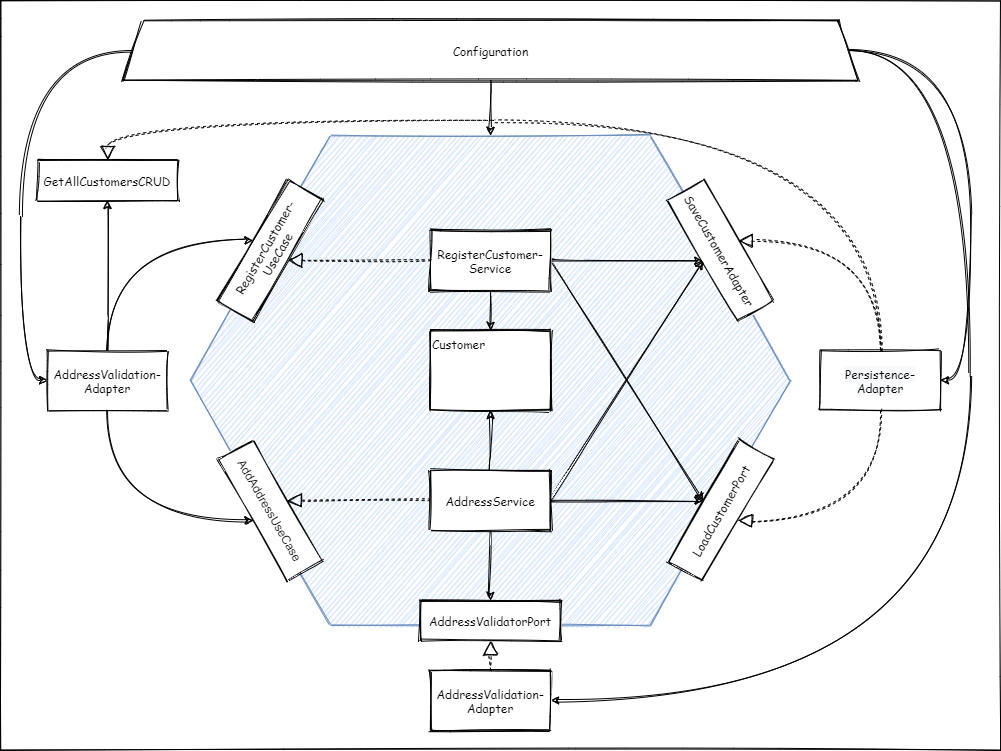
Before: documentation/dependencies.png, a diagram exported from draw.io (pstrsr/hexagonal-example). Source tidied: cells renumbered, new cells last; positions are measured from the earlier drawing's top-left corner, leaving out a move shared by most shapes.
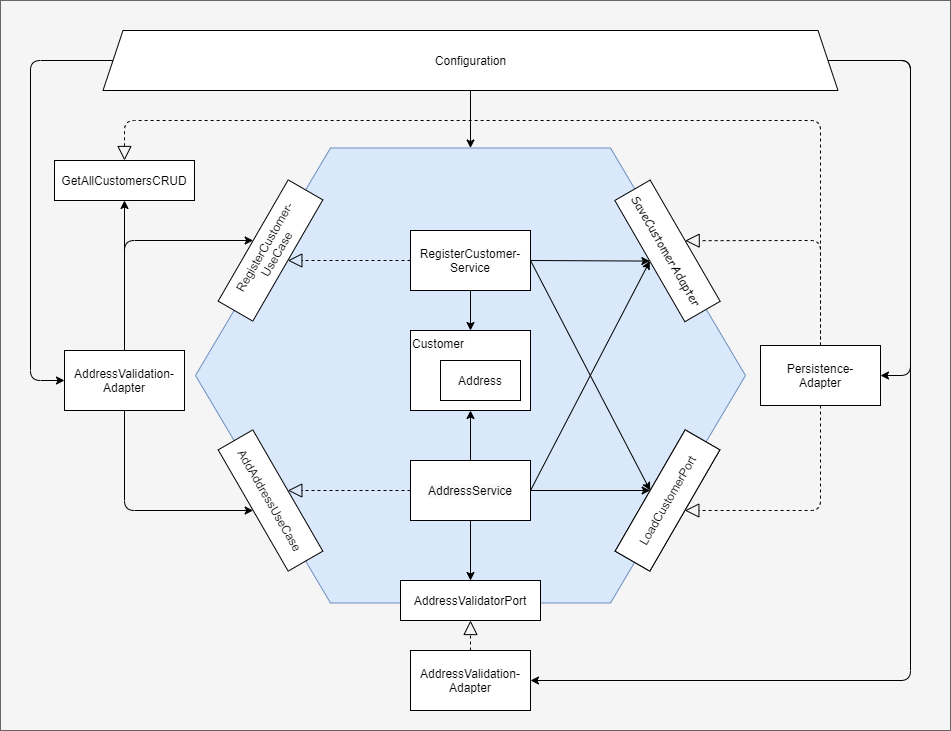
After the change.

Change to the diagram source:
```diff
@@ -2,179 +2,167 @@
   <root>
     <mxCell id="0" />
     <mxCell id="1" parent="0" />
-    <mxCell id="2" style="whiteSpace=wrap;html=1;fontFamily=Comic Sans MS;sketch=1;" parent="1" vertex="1">
-      <mxGeometry width="1000" height="750" as="geometry" />
+    <mxCell id="2" style="whiteSpace=wrap;html=1;fontFamily=Comic Sans MS;fillColor=#f5f5f5;strokeColor=#666666;fontColor=#333333;" parent="1" vertex="1">
+      <mxGeometry x="20" width="950" height="730" as="geometry" />
     </mxCell>
-    <mxCell id="3" style="shape=hexagon;perimeter=hexagonPerimeter2;whiteSpace=wrap;html=1;fixedSize=1;size=140;fillColor=#dae8fc;strokeColor=#6c8ebf;sketch=1;" parent="1" vertex="1">
-      <mxGeometry x="190" y="135" width="600" height="490" as="geometry" />
+    <mxCell id="3" style="shape=hexagon;perimeter=hexagonPerimeter2;whiteSpace=wrap;html=1;fixedSize=1;size=135;fillColor=#dae8fc;strokeColor=#6c8ebf;" parent="1" vertex="1">
+      <mxGeometry x="215" y="147.5" width="550" height="455" as="geometry" />
     </mxCell>
-    <mxCell id="4" value="Customer" style="whiteSpace=wrap;html=1;align=left;verticalAlign=top;sketch=1;" parent="1" vertex="1">
+    <mxCell id="4" value="Customer" style="whiteSpace=wrap;html=1;align=left;verticalAlign=top;" parent="1" vertex="1">
       <mxGeometry x="430" y="330" width="120" height="80" as="geometry" />
     </mxCell>
-    <mxCell id="5" value="RegisterCustomer-&lt;br&gt;UseCase" style="whiteSpace=wrap;html=1;rotation=-60;sketch=1;" parent="1" vertex="1">
-      <mxGeometry x="200" y="230" width="140" height="40" as="geometry" />
+    <mxCell id="5" value="RegisterCustomer-&lt;br&gt;UseCase" style="whiteSpace=wrap;html=1;rotation=-60;fontFamily=Helvetica;" parent="1" vertex="1">
+      <mxGeometry x="220" y="230" width="140" height="40" as="geometry" />
     </mxCell>
-    <mxCell id="6" value="AddAddressUseCase" style="whiteSpace=wrap;html=1;rotation=60;sketch=1;" parent="1" vertex="1">
-      <mxGeometry x="200" y="490" width="140" height="40" as="geometry" />
+    <mxCell id="6" value="AddAddressUseCase" style="whiteSpace=wrap;html=1;rotation=60;fontFamily=Helvetica;" parent="1" vertex="1">
+      <mxGeometry x="220" y="480" width="140" height="40" as="geometry" />
     </mxCell>
-    <mxCell id="7" value="SaveCustomerAdapter" style="whiteSpace=wrap;html=1;rotation=60;fontFamily=Comic Sans MS;sketch=1;" parent="1" vertex="1">
-      <mxGeometry x="650" y="230" width="140" height="40.8" as="geometry" />
+    <mxCell id="7" value="SaveCustomerAdapter" style="whiteSpace=wrap;html=1;rotation=60;fontFamily=Comic Sans MS;" parent="1" vertex="1">
+      <mxGeometry x="617" y="230" width="140" height="40.8" as="geometry" />
     </mxCell>
-    <mxCell id="8" value="LoadCustomerPort" style="whiteSpace=wrap;html=1;rotation=-60;fontFamily=Comic Sans MS;sketch=1;" parent="1" vertex="1">
-      <mxGeometry x="650" y="490" width="140" height="40" as="geometry" />
+    <mxCell id="8" value="LoadCustomerPort" style="whiteSpace=wrap;html=1;rotation=-60;fontFamily=Comic Sans MS;" parent="1" vertex="1">
+      <mxGeometry x="617" y="480" width="140" height="40" as="geometry" />
     </mxCell>
-    <mxCell id="9" value="AddressValidatorPort" style="whiteSpace=wrap;html=1;rotation=0;sketch=1;" parent="1" vertex="1">
-      <mxGeometry x="420" y="600" width="140" height="40" as="geometry" />
+    <mxCell id="9" value="AddressValidatorPort" style="whiteSpace=wrap;html=1;rotation=0;fontFamily=Helvetica;" parent="1" vertex="1">
+      <mxGeometry x="420" y="580" width="140" height="40" as="geometry" />
     </mxCell>
-    <mxCell id="10" style="endArrow=classic;html=1;exitX=0.5;exitY=0;exitDx=0;exitDy=0;entryX=0.5;entryY=0;entryDx=0;entryDy=0;curved=1;sketch=1;" parent="1" edge="1" source="29" target="5">
+    <mxCell id="10" style="endArrow=classic;html=1;exitX=0.5;exitY=0;exitDx=0;exitDy=0;entryX=0.5;entryY=0;entryDx=0;entryDy=0;" parent="1" edge="1" source="29" target="5">
       <mxGeometry relative="1" as="geometry">
         <Array as="points">
-          <mxPoint x="107" y="240" />
+          <mxPoint x="144" y="240" />
         </Array>
       </mxGeometry>
     </mxCell>
-    <mxCell id="11" style="endArrow=classic;html=1;exitX=0.5;exitY=1;exitDx=0;exitDy=0;entryX=0.5;entryY=1;entryDx=0;entryDy=0;curved=1;sketch=1;" parent="1" edge="1" source="29" target="6">
+    <mxCell id="11" style="endArrow=classic;html=1;exitX=0.5;exitY=1;exitDx=0;exitDy=0;entryX=0.5;entryY=1;entryDx=0;entryDy=0;" parent="1" edge="1" source="29" target="6">
       <mxGeometry relative="1" as="geometry">
         <Array as="points">
-          <mxPoint x="107" y="520" />
+          <mxPoint x="144" y="510" />
         </Array>
       </mxGeometry>
     </mxCell>
-    <mxCell id="12" value="GetAllCustomersCRUD" style="whiteSpace=wrap;html=1;rotation=0;sketch=1;" parent="1" vertex="1">
-      <mxGeometry x="37.1" y="160" width="140" height="40" as="geometry" />
+    <mxCell id="12" value="GetAllCustomersCRUD" style="whiteSpace=wrap;html=1;rotation=0;fontFamily=Helvetica;" parent="1" vertex="1">
+      <mxGeometry x="74" y="160" width="140" height="40" as="geometry" />
     </mxCell>
-    <mxCell id="13" value="Address" style="whiteSpace=wrap;html=1;sketch=1;" parent="1" vertex="1">
+    <mxCell id="13" value="Address" style="whiteSpace=wrap;html=1;" parent="1" vertex="1">
       <mxGeometry x="460" y="360" width="90" height="40" as="geometry" />
     </mxCell>
-    <mxCell id="14" style="endArrow=classic;html=1;exitX=1;exitY=0.5;exitDx=0;exitDy=0;entryX=0.5;entryY=1;entryDx=0;entryDy=0;curved=1;sketch=1;" parent="1" edge="1" source="30" target="7">
+    <mxCell id="14" style="endArrow=classic;html=1;exitX=1;exitY=0.5;exitDx=0;exitDy=0;entryX=0.5;entryY=1;entryDx=0;entryDy=0;" parent="1" edge="1" source="30" target="7">
       <mxGeometry relative="1" as="geometry" />
     </mxCell>
-    <mxCell id="15" style="endArrow=classic;html=1;exitX=1;exitY=0.5;exitDx=0;exitDy=0;entryX=0.5;entryY=0;entryDx=0;entryDy=0;curved=1;sketch=1;" parent="1" edge="1" source="30" target="8">
+    <mxCell id="15" style="endArrow=classic;html=1;exitX=1;exitY=0.5;exitDx=0;exitDy=0;entryX=0.5;entryY=0;entryDx=0;entryDy=0;" parent="1" edge="1" source="30" target="8">
       <mxGeometry relative="1" as="geometry" />
     </mxCell>
-    <mxCell id="16" style="endArrow=classic;html=1;exitX=1;exitY=0.5;exitDx=0;exitDy=0;entryX=0.5;entryY=0;entryDx=0;entryDy=0;curved=1;sketch=1;" parent="1" edge="1" source="31" target="8">
+    <mxCell id="16" style="endArrow=classic;html=1;exitX=1;exitY=0.5;exitDx=0;exitDy=0;entryX=0.5;entryY=0;entryDx=0;entryDy=0;" parent="1" edge="1" source="31" target="8">
       <mxGeometry relative="1" as="geometry" />
     </mxCell>
-    <mxCell id="17" style="endArrow=classic;html=1;entryX=0.5;entryY=1;entryDx=0;entryDy=0;exitX=1;exitY=0.5;exitDx=0;exitDy=0;curved=1;sketch=1;" parent="1" edge="1" source="31" target="7">
+    <mxCell id="17" style="endArrow=classic;html=1;entryX=0.5;entryY=1;entryDx=0;entryDy=0;exitX=1;exitY=0.5;exitDx=0;exitDy=0;" parent="1" edge="1" source="31" target="7">
       <mxGeometry relative="1" as="geometry" />
     </mxCell>
-    <mxCell id="18" style="endArrow=classic;html=1;exitX=0.5;exitY=1;exitDx=0;exitDy=0;entryX=0.5;entryY=0;entryDx=0;entryDy=0;curved=1;sketch=1;" parent="1" edge="1" source="31" target="9">
+    <mxCell id="18" style="endArrow=classic;html=1;exitX=0.5;exitY=1;exitDx=0;exitDy=0;entryX=0.5;entryY=0;entryDx=0;entryDy=0;" parent="1" edge="1" source="31" target="9">
       <mxGeometry relative="1" as="geometry" />
     </mxCell>
-    <mxCell id="19" style="endArrow=classic;html=1;exitX=0.5;exitY=1;exitDx=0;exitDy=0;entryX=0.5;entryY=0;entryDx=0;entryDy=0;curved=1;sketch=1;" parent="1" edge="1" source="30" target="4">
+    <mxCell id="19" style="endArrow=classic;html=1;exitX=0.5;exitY=1;exitDx=0;exitDy=0;entryX=0.5;entryY=0;entryDx=0;entryDy=0;" parent="1" edge="1" source="30" target="4">
       <mxGeometry relative="1" as="geometry" />
     </mxCell>
-    <mxCell id="20" style="endArrow=classic;html=1;exitX=0.5;exitY=0;exitDx=0;exitDy=0;entryX=0.5;entryY=1;entryDx=0;entryDy=0;curved=1;sketch=1;" parent="1" edge="1" source="31" target="4">
+    <mxCell id="20" style="endArrow=classic;html=1;exitX=0.5;exitY=0;exitDx=0;exitDy=0;entryX=0.5;entryY=1;entryDx=0;entryDy=0;" parent="1" edge="1" source="31" target="4">
       <mxGeometry relative="1" as="geometry" />
     </mxCell>
-    <mxCell id="21" style="endArrow=classic;html=1;exitX=0.5;exitY=0;exitDx=0;exitDy=0;curved=1;sketch=1;" parent="1" edge="1" source="29" target="12">
+    <mxCell id="21" style="endArrow=classic;html=1;exitX=0.5;exitY=0;exitDx=0;exitDy=0;" parent="1" edge="1" source="29" target="12">
       <mxGeometry relative="1" as="geometry" />
     </mxCell>
-    <mxCell id="22" value="Configuration" style="shape=trapezoid;perimeter=trapezoidPerimeter;whiteSpace=wrap;html=1;fixedSize=1;align=center;sketch=1;" parent="1" vertex="1">
-      <mxGeometry x="122.5" y="20" width="735" height="60" as="geometry" />
+    <mxCell id="22" value="Configuration" style="shape=trapezoid;perimeter=trapezoidPerimeter;whiteSpace=wrap;html=1;fixedSize=1;align=center;fontFamily=Helvetica;" parent="1" vertex="1">
+      <mxGeometry x="122.5" y="30" width="735" height="60" as="geometry" />
     </mxCell>
-    <mxCell id="23" style="endArrow=classic;html=1;exitX=0;exitY=0.5;exitDx=0;exitDy=0;entryX=0;entryY=0.5;entryDx=0;entryDy=0;curved=1;sketch=1;" parent="1" edge="1" source="22" target="29">
+    <mxCell id="23" style="endArrow=classic;html=1;exitX=0;exitY=0.5;exitDx=0;exitDy=0;entryX=0;entryY=0.5;entryDx=0;entryDy=0;" parent="1" edge="1" source="22" target="29">
       <mxGeometry relative="1" as="geometry">
         <Array as="points">
-          <mxPoint x="20" y="50" />
-          <mxPoint x="20" y="380" />
+          <mxPoint x="50" y="60" />
+          <mxPoint x="50" y="380" />
         </Array>
       </mxGeometry>
     </mxCell>
-    <mxCell id="24" style="endArrow=classic;html=1;exitX=1;exitY=0.5;exitDx=0;exitDy=0;entryX=1;entryY=0.5;entryDx=0;entryDy=0;curved=1;sketch=1;" parent="1" edge="1" source="22" target="28">
+    <mxCell id="24" style="endArrow=classic;html=1;exitX=1;exitY=0.5;exitDx=0;exitDy=0;entryX=1;entryY=0.5;entryDx=0;entryDy=0;" parent="1" edge="1" source="22" target="28">
       <mxGeometry relative="1" as="geometry">
         <Array as="points">
-          <mxPoint x="970" y="50" />
-          <mxPoint x="970" y="380" />
+          <mxPoint x="930" y="60" />
+          <mxPoint x="930" y="375" />
         </Array>
       </mxGeometry>
     </mxCell>
-    <mxCell id="25" style="endArrow=classic;html=1;exitX=1;exitY=0.5;exitDx=0;exitDy=0;entryX=1;entryY=0.5;entryDx=0;entryDy=0;curved=1;sketch=1;" parent="1" edge="1" source="22" target="27">
+    <mxCell id="25" style="endArrow=classic;html=1;exitX=1;exitY=0.5;exitDx=0;exitDy=0;entryX=1;entryY=0.5;entryDx=0;entryDy=0;" parent="1" edge="1" source="22" target="27">
       <mxGeometry relative="1" as="geometry">
         <Array as="points">
-          <mxPoint x="970" y="50" />
-          <mxPoint x="970" y="700" />
+          <mxPoint x="930" y="60" />
+          <mxPoint x="930" y="680" />
         </Array>
       </mxGeometry>
     </mxCell>
-    <mxCell id="26" style="endArrow=classic;html=1;exitX=0.5;exitY=1;exitDx=0;exitDy=0;entryX=0.5;entryY=0;entryDx=0;entryDy=0;curved=1;sketch=1;" parent="1" edge="1" source="22" target="3">
+    <mxCell id="26" style="endArrow=classic;html=1;exitX=0.5;exitY=1;exitDx=0;exitDy=0;entryX=0.5;entryY=0;entryDx=0;entryDy=0;" parent="1" edge="1" source="22" target="3">
       <mxGeometry relative="1" as="geometry" />
     </mxCell>
-    <mxCell id="27" value="&lt;span&gt;AddressValidation-&lt;/span&gt;&lt;br&gt;&lt;span&gt;Adapter&lt;/span&gt;" style="whiteSpace=wrap;html=1;sketch=1;" parent="1" vertex="1">
-      <mxGeometry x="430" y="670" width="120" height="60" as="geometry" />
+    <mxCell id="27" value="&lt;span&gt;AddressValidation-&lt;/span&gt;&lt;br&gt;&lt;span&gt;Adapter&lt;/span&gt;" style="whiteSpace=wrap;html=1;fontFamily=Helvetica;" parent="1" vertex="1">
+      <mxGeometry x="430" y="650" width="120" height="60" as="geometry" />
     </mxCell>
-    <mxCell id="28" value="&#10;&#10;&lt;span style=&quot;color: rgb(0, 0, 0); font-size: 12px; font-style: normal; font-weight: 400; letter-spacing: normal; text-align: center; text-indent: 0px; text-transform: none; word-spacing: 0px; background-color: rgb(248, 249, 250); display: inline; float: none;&quot;&gt;Persistence-&lt;/span&gt;&lt;br style=&quot;color: rgb(0, 0, 0); font-size: 12px; font-style: normal; font-weight: 400; letter-spacing: normal; text-align: center; text-indent: 0px; text-transform: none; word-spacing: 0px; background-color: rgb(248, 249, 250);&quot;&gt;&lt;span style=&quot;color: rgb(0, 0, 0); font-size: 12px; font-style: normal; font-weight: 400; letter-spacing: normal; text-align: center; text-indent: 0px; text-transform: none; word-spacing: 0px; background-color: rgb(248, 249, 250); display: inline; float: none;&quot;&gt;Adapter&lt;/span&gt;&#10;&#10;" style="whiteSpace=wrap;html=1;fontFamily=Comic Sans MS;sketch=1;" parent="1" vertex="1">
-      <mxGeometry x="820" y="350" width="120" height="60" as="geometry" />
+    <mxCell id="28" value="Persistence-&lt;br&gt;Adapter" style="whiteSpace=wrap;html=1;fontFamily=Comic Sans MS;" parent="1" vertex="1">
+      <mxGeometry x="780" y="345" width="120" height="60" as="geometry" />
     </mxCell>
-    <mxCell id="29" value="&lt;span&gt;AddressValidation-&lt;/span&gt;&lt;br&gt;&lt;span&gt;Adapter&lt;/span&gt;" style="whiteSpace=wrap;html=1;fontFamily=Comic Sans MS;sketch=1;" parent="1" vertex="1">
-      <mxGeometry x="47.1" y="350" width="120" height="60" as="geometry" />
+    <mxCell id="29" value="&lt;span&gt;AddressValidation-&lt;/span&gt;&lt;br&gt;&lt;span&gt;Adapter&lt;/span&gt;" style="whiteSpace=wrap;html=1;fontFamily=Helvetica;" parent="1" vertex="1">
+      <mxGeometry x="84" y="350" width="120" height="60" as="geometry" />
     </mxCell>
-    <mxCell id="30" value="RegisterCustomer-&lt;br&gt;Service" style="whiteSpace=wrap;html=1;sketch=1;" parent="1" vertex="1">
+    <mxCell id="30" value="RegisterCustomer-&lt;br&gt;Service" style="whiteSpace=wrap;html=1;" parent="1" vertex="1">
       <mxGeometry x="430" y="230" width="120" height="60" as="geometry" />
     </mxCell>
-    <mxCell id="31" value="&#10;&#10;&lt;span style=&quot;color: rgb(0, 0, 0); font-family: helvetica; font-size: 12px; font-style: normal; font-weight: 400; letter-spacing: normal; text-align: center; text-indent: 0px; text-transform: none; word-spacing: 0px; background-color: rgb(248, 249, 250); display: inline; float: none;&quot;&gt;AddressService&lt;/span&gt;&#10;&#10;" style="whiteSpace=wrap;html=1;sketch=1;" parent="1" vertex="1">
-      <mxGeometry x="430" y="470" width="120" height="60" as="geometry" />
+    <mxCell id="31" value="&#10;&#10;&lt;span style=&quot;color: rgb(0, 0, 0); font-family: helvetica; font-size: 12px; font-style: normal; font-weight: 400; letter-spacing: normal; text-align: center; text-indent: 0px; text-transform: none; word-spacing: 0px; background-color: rgb(248, 249, 250); display: inline; float: none;&quot;&gt;AddressService&lt;/span&gt;&#10;&#10;" style="whiteSpace=wrap;html=1;" parent="1" vertex="1">
+      <mxGeometry x="430" y="460" width="120" height="60" as="geometry" />
     </mxCell>
-    <mxCell id="32" style="endArrow=block;dashed=1;endFill=0;endSize=12;html=1;exitX=0;exitY=0.5;exitDx=0;exitDy=0;entryX=0.5;entryY=0;entryDx=0;entryDy=0;curved=1;sketch=1;" parent="1" edge="1" source="31" target="6">
+    <mxCell id="32" style="endArrow=block;dashed=1;endFill=0;endSize=12;html=1;exitX=0;exitY=0.5;exitDx=0;exitDy=0;entryX=0.5;entryY=0;entryDx=0;entryDy=0;" parent="1" edge="1" source="31" target="6">
       <mxGeometry relative="1" as="geometry" />
     </mxCell>
-    <mxCell id="33" style="endArrow=block;dashed=1;endFill=0;endSize=12;html=1;exitX=0;exitY=0.5;exitDx=0;exitDy=0;entryX=0.5;entryY=1;entryDx=0;entryDy=0;curved=1;sketch=1;" parent="1" edge="1" source="30" target="5">
+    <mxCell id="33" style="endArrow=block;dashed=1;endFill=0;endSize=12;html=1;exitX=0;exitY=0.5;exitDx=0;exitDy=0;entryX=0.5;entryY=1;entryDx=0;entryDy=0;" parent="1" edge="1" source="30" target="5">
       <mxGeometry relative="1" as="geometry" />
     </mxCell>
-    <mxCell id="34" style="endArrow=block;dashed=1;endFill=0;endSize=12;html=1;exitX=0.5;exitY=0;exitDx=0;exitDy=0;entryX=0.5;entryY=0;entryDx=0;entryDy=0;curved=1;sketch=1;" parent="1" edge="1" source="28" target="7">
+    <mxCell id="34" style="endArrow=block;dashed=1;endFill=0;endSize=12;html=1;exitX=0.5;exitY=0;exitDx=0;exitDy=0;entryX=0.5;entryY=0;entryDx=0;entryDy=0;" parent="1" edge="1" source="28" target="7">
       <mxGeometry relative="1" as="geometry">
         <Array as="points">
-          <mxPoint x="880" y="240" />
+          <mxPoint x="840" y="240" />
         </Array>
       </mxGeometry>
     </mxCell>
-    <mxCell id="35" style="endArrow=block;dashed=1;endFill=0;endSize=12;html=1;exitX=0.5;exitY=1;exitDx=0;exitDy=0;entryX=0.5;entryY=1;entryDx=0;entryDy=0;curved=1;sketch=1;" parent="1" edge="1" source="28" target="8">
+    <mxCell id="35" style="endArrow=block;dashed=1;endFill=0;endSize=12;html=1;exitX=0.5;exitY=1;exitDx=0;exitDy=0;entryX=0.5;entryY=1;entryDx=0;entryDy=0;" parent="1" edge="1" source="28" target="8">
       <mxGeometry relative="1" as="geometry">
         <Array as="points">
-          <mxPoint x="880" y="520" />
+          <mxPoint x="840" y="510" />
         </Array>
       </mxGeometry>
     </mxCell>
-    <mxCell id="36" style="endArrow=block;dashed=1;endFill=0;endSize=12;html=1;exitX=0.5;exitY=0;exitDx=0;exitDy=0;entryX=0.5;entryY=1;entryDx=0;entryDy=0;curved=1;sketch=1;" parent="1" edge="1" source="27" target="9">
+    <mxCell id="36" style="endArrow=block;dashed=1;endFill=0;endSize=12;html=1;exitX=0.5;exitY=0;exitDx=0;exitDy=0;entryX=0.5;entryY=1;entryDx=0;entryDy=0;" parent="1" edge="1" source="27" target="9">
       <mxGeometry relative="1" as="geometry" />
     </mxCell>
-    <mxCell id="37" style="endArrow=block;dashed=1;endFill=0;endSize=12;html=1;entryX=0.5;entryY=0;entryDx=0;entryDy=0;exitX=0.5;exitY=0;exitDx=0;exitDy=0;curved=1;sketch=1;" parent="1" edge="1" source="28" target="12">
+    <mxCell id="37" style="endArrow=block;dashed=1;endFill=0;endSize=12;html=1;entryX=0.5;entryY=0;entryDx=0;entryDy=0;exitX=0.5;exitY=0;exitDx=0;exitDy=0;" parent="1" edge="1" source="28" target="12">
       <mxGeometry relative="1" as="geometry">
         <Array as="points">
-          <mxPoint x="880" y="120" />
-          <mxPoint x="107" y="120" />
+          <mxPoint x="840" y="120" />
+          <mxPoint x="144" y="120" />
         </Array>
       </mxGeometry>
     </mxCell>
-    <mxCell id="38" value="&lt;span&gt;AddressValidation-&lt;/span&gt;&lt;br&gt;&lt;span&gt;Adapter&lt;/span&gt;" style="whiteSpace=wrap;html=1;fontFamily=Comic Sans MS;sketch=1;" parent="1" vertex="1">
-      <mxGeometry x="430" y="670" width="120" height="60" as="geometry" />
-    </mxCell>
-    <mxCell id="39" value="AddressValidatorPort" style="whiteSpace=wrap;html=1;rotation=0;fontFamily=Comic Sans MS;sketch=1;" parent="1" vertex="1">
-      <mxGeometry x="420" y="600" width="140" height="40" as="geometry" />
-    </mxCell>
-    <mxCell id="40" value="AddressService" style="whiteSpace=wrap;html=1;fontFamily=Comic Sans MS;sketch=1;" parent="1" vertex="1">
-      <mxGeometry x="430" y="470" width="120" height="60" as="geometry" />
-    </mxCell>
-    <mxCell id="41" value="Address" style="whiteSpace=wrap;html=1;sketch=1;" parent="1" vertex="1">
+    <mxCell id="41" value="Address" style="whiteSpace=wrap;html=1;" parent="1" vertex="1">
       <mxGeometry x="460" y="360" width="90" height="40" as="geometry" />
     </mxCell>
-    <mxCell id="42" value="Customer" style="whiteSpace=wrap;html=1;align=left;verticalAlign=top;sketch=1;" parent="1" vertex="1">
+    <mxCell id="42" value="Customer" style="whiteSpace=wrap;html=1;align=left;verticalAlign=top;fontFamily=Helvetica;" parent="1" vertex="1">
       <mxGeometry x="430" y="330" width="120" height="80" as="geometry" />
     </mxCell>
-    <mxCell id="43" value="GetAllCustomersCRUD" style="whiteSpace=wrap;html=1;rotation=0;fontFamily=Comic Sans MS;sketch=1;" parent="1" vertex="1">
-      <mxGeometry x="37.1" y="160" width="140" height="40" as="geometry" />
-    </mxCell>
-    <mxCell id="44" value="RegisterCustomer-&lt;br&gt;UseCase" style="whiteSpace=wrap;html=1;rotation=-60;fontFamily=Comic Sans MS;sketch=1;" parent="1" vertex="1">
-      <mxGeometry x="200" y="230" width="140" height="40" as="geometry" />
-    </mxCell>
-    <mxCell id="45" value="Configuration" style="shape=trapezoid;perimeter=trapezoidPerimeter;whiteSpace=wrap;html=1;fixedSize=1;align=center;fontFamily=Comic Sans MS;sketch=1;" parent="1" vertex="1">
-      <mxGeometry x="122.5" y="20" width="735" height="60" as="geometry" />
-    </mxCell>
-    <mxCell id="46" value="RegisterCustomer-&lt;br&gt;Service" style="whiteSpace=wrap;html=1;fontFamily=Comic Sans MS;sketch=1;" parent="1" vertex="1">
+    <mxCell id="46" value="RegisterCustomer-&lt;br&gt;Service" style="whiteSpace=wrap;html=1;fontFamily=Helvetica;" parent="1" vertex="1">
       <mxGeometry x="430" y="230" width="120" height="60" as="geometry" />
     </mxCell>
-    <mxCell id="47" value="Customer" style="whiteSpace=wrap;html=1;align=left;verticalAlign=top;fontFamily=Comic Sans MS;sketch=1;" parent="1" vertex="1">
-      <mxGeometry x="430" y="330" width="120" height="80" as="geometry" />
-    </mxCell>
+    <mxCell id="48" value="Persistence-&lt;br&gt;Adapter" style="whiteSpace=wrap;html=1;fontFamily=Helvetica;" parent="1" vertex="1">
+      <mxGeometry x="780" y="345" width="120" height="60" as="geometry" />
+    </mxCell>
+    <mxCell id="49" value="LoadCustomerPort" style="whiteSpace=wrap;html=1;rotation=-60;fontFamily=Helvetica;" parent="1" vertex="1">
+      <mxGeometry x="617" y="480" width="140" height="40" as="geometry" />
+    </mxCell>
+    <mxCell id="50" value="Address" style="rounded=0;whiteSpace=wrap;html=1;fontFamily=Helvetica;" parent="1" vertex="1">
+      <mxGeometry x="460" y="360" width="80" height="40" as="geometry" />
+    </mxCell>
   </root>
 </mxGraphModel>
```
